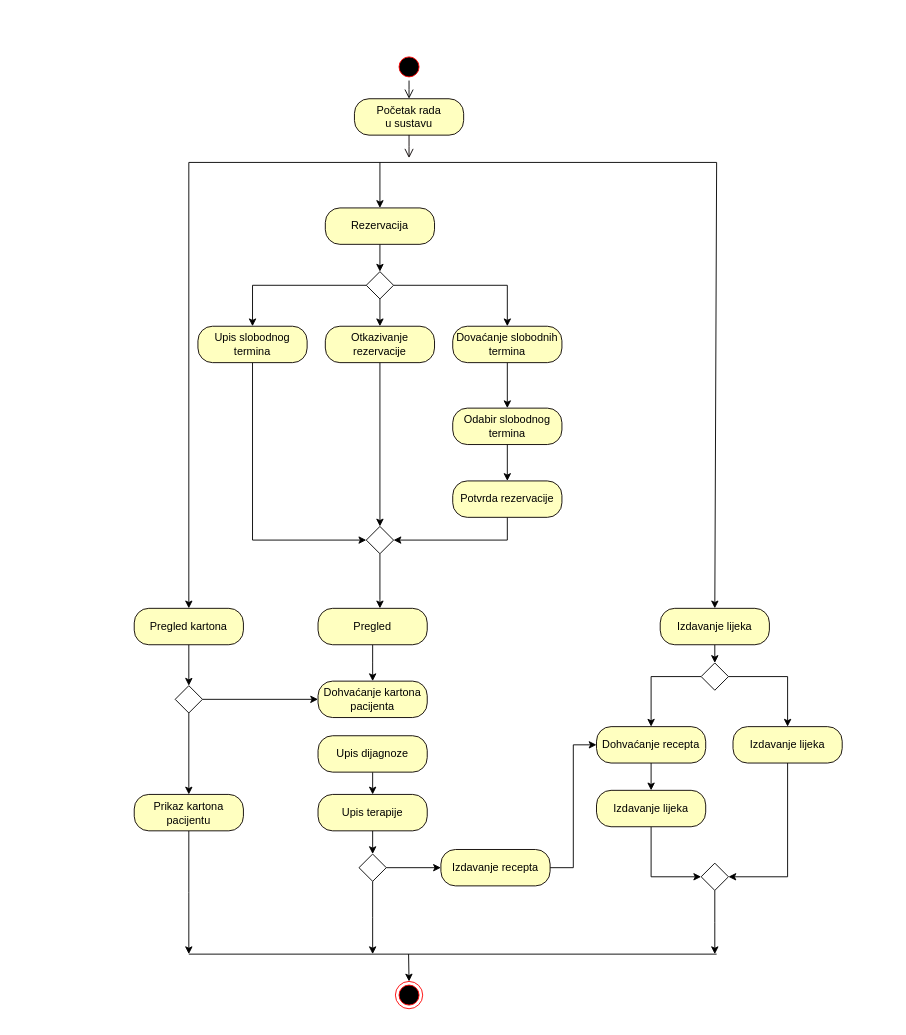
The draw.io diagram DZ03/Izvorne datoteke/ActivityDiagram.drawio in simunjelic/PIS-projekt, before the edit. Source tidied: cells renumbered, new cells numbered last; positions are measured from the earlier drawing's top-left corner, leaving out a move shared by most shapes. Both pictures are drawn from the tidied source at 91%, with x=0, y=0 at pixel (134, 53).
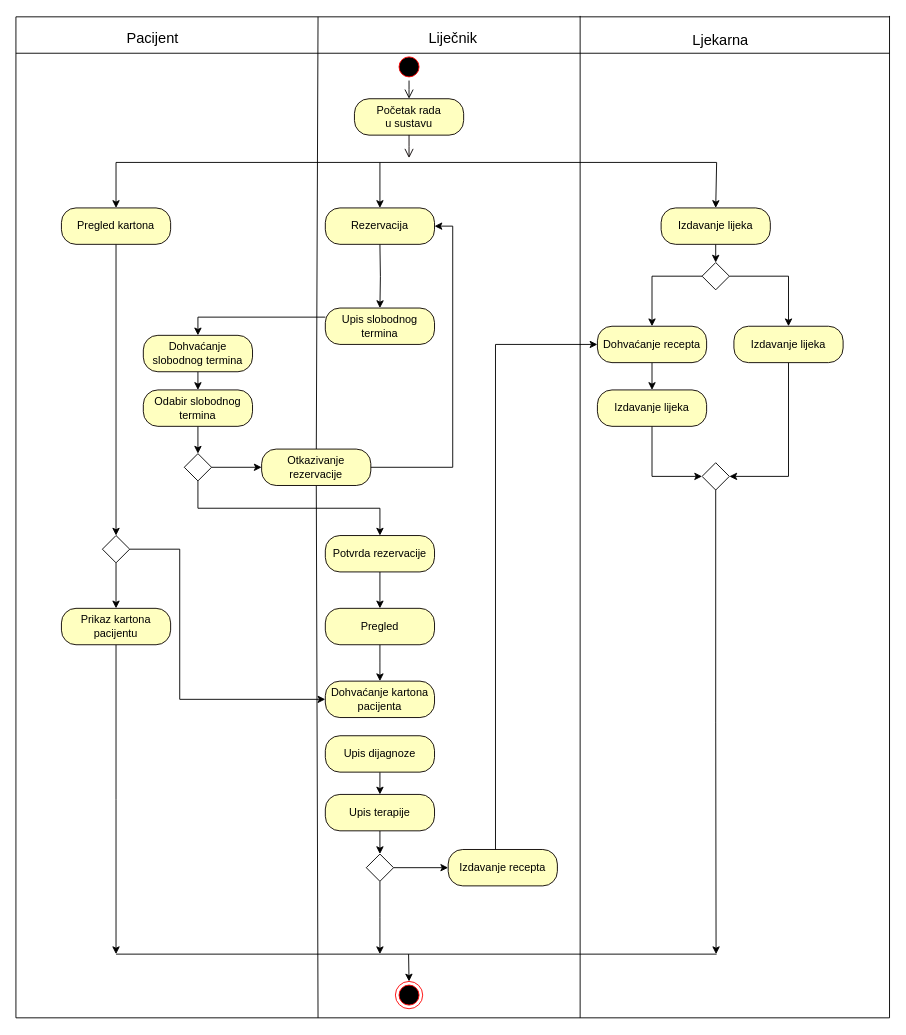
Above is the later version.

Unchanged cells that the change refers to:
```xml
<mxCell id="13" value="Rezervacija" style="rounded=1;whiteSpace=wrap;html=1;arcSize=40;fontColor=#000000;fillColor=#ffffc0;strokeColor=#080000;" parent="1" vertex="1">
  <mxGeometry x="210" y="170" width="120" height="40" as="geometry" />
</mxCell>
```

Diff of the diagram source:
```diff
@@
     <mxCell id="2" style="endArrow=none;html=1;rounded=0;" parent="1" edge="1">
       <mxGeometry relative="1" as="geometry">
-        <mxPoint x="60" y="120" as="sourcePoint" />
+        <mxPoint x="-20" y="120" as="sourcePoint" />
         <mxPoint x="640" y="120" as="targetPoint" />
       </mxGeometry>
     </mxCell>
-    <mxCell id="3" style="edgeStyle=orthogonalEdgeStyle;rounded=0;jettySize=auto;html=1;entryX=0.5;entryY=0;entryDx=0;entryDy=0;" parent="1" edge="1" target="8">
+    <mxCell id="3" style="edgeStyle=orthogonalEdgeStyle;rounded=0;jettySize=auto;html=1;entryX=0.5;entryY=0;entryDx=0;entryDy=0;" parent="1" edge="1" target="17">
       <mxGeometry relative="1" as="geometry">
         <mxPoint x="270" y="210" as="sourcePoint" />
       </mxGeometry>
     </mxCell>
@@
-    <mxCell id="5" style="edgeStyle=orthogonalEdgeStyle;rounded=0;jettySize=auto;html=1;exitX=0;exitY=0.5;exitDx=0;exitDy=0;entryX=0.5;entryY=0;entryDx=0;entryDy=0;" parent="1" edge="1" source="8" target="15">
-      <mxGeometry relative="1" as="geometry" />
+    <mxCell id="5" style="edgeStyle=orthogonalEdgeStyle;rounded=0;jettySize=auto;html=1;exitX=0;exitY=0.25;exitDx=0;exitDy=0;entryX=0.5;entryY=0;entryDx=0;entryDy=0;" parent="1" edge="1" source="17" target="15">
+      <mxGeometry relative="1" as="geometry">
+        <Array as="points">
+          <mxPoint x="70" y="290" />
+        </Array>
+      </mxGeometry>
     </mxCell>
-    <mxCell id="6" style="edgeStyle=orthogonalEdgeStyle;rounded=0;jettySize=auto;html=1;exitX=1;exitY=0.5;exitDx=0;exitDy=0;entryX=0.5;entryY=0;entryDx=0;entryDy=0;" parent="1" edge="1" source="8" target="17">
-      <mxGeometry relative="1" as="geometry" />
-    </mxCell>
-    <mxCell id="7" style="edgeStyle=orthogonalEdgeStyle;rounded=0;jettySize=auto;html=1;exitX=0.5;exitY=1;exitDx=0;exitDy=0;entryX=0.5;entryY=0;entryDx=0;entryDy=0;" parent="1" edge="1" source="8" target="25">
-      <mxGeometry relative="1" as="geometry" />
-    </mxCell>
-    <mxCell id="8" style="rhombus;" parent="1" vertex="1">
-      <mxGeometry x="255" y="240" width="30" height="30" as="geometry" />
-    </mxCell>
@@
-    <mxCell id="14" style="edgeStyle=orthogonalEdgeStyle;rounded=0;jettySize=auto;html=1;exitX=0.5;exitY=1;exitDx=0;exitDy=0;entryX=0;entryY=0.5;entryDx=0;entryDy=0;" parent="1" edge="1" source="15" target="23">
-      <mxGeometry relative="1" as="geometry" />
-    </mxCell>
+    <mxCell id="63" style="edgeStyle=orthogonalEdgeStyle;rounded=0;jettySize=auto;html=1;exitX=0.5;exitY=1;exitDx=0;exitDy=0;entryX=0.5;entryY=0;entryDx=0;entryDy=0;" parent="1" edge="1" source="15" target="19">
+      <mxGeometry relative="1" as="geometry" />
+    </mxCell>
-    <mxCell id="15" value="Upis slobodnog termina" style="rounded=1;whiteSpace=wrap;html=1;arcSize=40;fontColor=#000000;fillColor=#ffffc0;strokeColor=#080000;" parent="1" vertex="1">
-      <mxGeometry x="70" y="300" width="120" height="40" as="geometry" />
+    <mxCell id="15" value="Dohvaćanje slobodnog termina" style="rounded=1;whiteSpace=wrap;html=1;arcSize=40;fontColor=#000000;fillColor=#ffffc0;strokeColor=#080000;" parent="1" vertex="1">
+      <mxGeometry x="10" y="310" width="120" height="40" as="geometry" />
     </mxCell>
-    <mxCell id="16" style="edgeStyle=orthogonalEdgeStyle;rounded=0;jettySize=auto;html=1;exitX=0.5;exitY=1;exitDx=0;exitDy=0;" parent="1" edge="1" source="17" target="19">
-      <mxGeometry relative="1" as="geometry" />
-    </mxCell>
-    <mxCell id="17" value="Dovaćanje slobodnih termina" style="rounded=1;whiteSpace=wrap;html=1;arcSize=40;fontColor=#000000;fillColor=#ffffc0;strokeColor=#080000;" parent="1" vertex="1">
-      <mxGeometry x="350" y="300" width="120" height="40" as="geometry" />
+    <mxCell id="17" value="Upis slobodnog termina" style="rounded=1;whiteSpace=wrap;html=1;arcSize=40;fontColor=#000000;fillColor=#ffffc0;strokeColor=#080000;" parent="1" vertex="1">
+      <mxGeometry x="210" y="280" width="120" height="40" as="geometry" />
     </mxCell>
-    <mxCell id="18" style="edgeStyle=orthogonalEdgeStyle;rounded=0;jettySize=auto;html=1;exitX=0.5;exitY=1;exitDx=0;exitDy=0;entryX=0.5;entryY=0;entryDx=0;entryDy=0;" parent="1" edge="1" source="19" target="21">
-      <mxGeometry relative="1" as="geometry" />
-    </mxCell>
+    <mxCell id="64" style="edgeStyle=orthogonalEdgeStyle;rounded=0;jettySize=auto;html=1;exitX=0.5;exitY=1;exitDx=0;exitDy=0;entryX=0.5;entryY=0;entryDx=0;entryDy=0;" parent="1" edge="1" source="19" target="23">
+      <mxGeometry relative="1" as="geometry" />
+    </mxCell>
     <mxCell id="19" value="Odabir slobodnog termina" style="rounded=1;whiteSpace=wrap;html=1;arcSize=40;fontColor=#000000;fillColor=#ffffc0;strokeColor=#080000;" parent="1" vertex="1">
-      <mxGeometry x="350" y="390" width="120" height="40" as="geometry" />
+      <mxGeometry x="10" y="370" width="120" height="40" as="geometry" />
     </mxCell>
-    <mxCell id="20" style="edgeStyle=orthogonalEdgeStyle;rounded=0;jettySize=auto;html=1;exitX=0.5;exitY=1;exitDx=0;exitDy=0;entryX=1;entryY=0.5;entryDx=0;entryDy=0;" parent="1" edge="1" source="21" target="23">
-      <mxGeometry relative="1" as="geometry" />
-    </mxCell>
+    <mxCell id="65" style="edgeStyle=orthogonalEdgeStyle;rounded=0;jettySize=auto;html=1;exitX=0.5;exitY=1;exitDx=0;exitDy=0;" parent="1" edge="1" source="21" target="27">
+      <mxGeometry relative="1" as="geometry" />
+    </mxCell>
     <mxCell id="21" value="Potvrda rezervacije" style="rounded=1;whiteSpace=wrap;html=1;arcSize=40;fontColor=#000000;fillColor=#ffffc0;strokeColor=#080000;" parent="1" vertex="1">
-      <mxGeometry x="350" y="470" width="120" height="40" as="geometry" />
+      <mxGeometry x="210" y="530" width="120" height="40" as="geometry" />
     </mxCell>
-    <mxCell id="22" style="edgeStyle=orthogonalEdgeStyle;rounded=0;jettySize=auto;html=1;" parent="1" edge="1" source="23" target="27">
-      <mxGeometry relative="1" as="geometry">
-        <Array as="points">
-          <mxPoint x="270" y="600" />
-          <mxPoint x="270" y="600" />
-        </Array>
-      </mxGeometry>
-    </mxCell>
+    <mxCell id="66" style="edgeStyle=orthogonalEdgeStyle;rounded=0;jettySize=auto;html=1;exitX=0.5;exitY=1;exitDx=0;exitDy=0;" parent="1" edge="1" source="23" target="21">
+      <mxGeometry relative="1" as="geometry" />
+    </mxCell>
     <mxCell id="23" style="rhombus;" parent="1" vertex="1">
-      <mxGeometry x="255" y="520" width="30" height="30" as="geometry" />
+      <mxGeometry x="55" y="440" width="30" height="30" as="geometry" />
     </mxCell>
-    <mxCell id="24" style="edgeStyle=orthogonalEdgeStyle;rounded=0;jettySize=auto;html=1;exitX=0.5;exitY=1;exitDx=0;exitDy=0;entryX=0.5;entryY=0;entryDx=0;entryDy=0;" parent="1" edge="1" source="25" target="23">
-      <mxGeometry relative="1" as="geometry" />
-    </mxCell>
-    <mxCell id="25" value="Otkazivanje rezervacije" style="rounded=1;whiteSpace=wrap;html=1;arcSize=40;fontColor=#000000;fillColor=#ffffc0;strokeColor=#080000;" parent="1" vertex="1">
-      <mxGeometry x="210" y="300" width="120" height="40" as="geometry" />
-    </mxCell>
     <mxCell id="26" style="edgeStyle=orthogonalEdgeStyle;rounded=0;jettySize=auto;html=1;exitX=0.5;exitY=1;exitDx=0;exitDy=0;entryX=0.5;entryY=0;entryDx=0;entryDy=0;" parent="1" edge="1" source="27">
       <mxGeometry relative="1" as="geometry">
-        <mxPoint x="262" y="690" as="targetPoint" />
+        <mxPoint x="270" y="690" as="targetPoint" />
       </mxGeometry>
     </mxCell>
     <mxCell id="27" value="Pregled" style="rounded=1;whiteSpace=wrap;html=1;arcSize=40;fontColor=#000000;fillColor=#ffffc0;strokeColor=#080000;" parent="1" vertex="1">
-      <mxGeometry x="202" y="610" width="120" height="40" as="geometry" />
+      <mxGeometry x="210" y="610" width="120" height="40" as="geometry" />
     </mxCell>
@@
     <mxCell id="29" value="Upis dijagnoze" style="rounded=1;whiteSpace=wrap;html=1;arcSize=40;fontColor=#000000;fillColor=#ffffc0;strokeColor=#080000;" parent="1" vertex="1">
-      <mxGeometry x="202" y="750" width="120" height="40" as="geometry" />
+      <mxGeometry x="210" y="750" width="120" height="40" as="geometry" />
     </mxCell>
@@
     <mxCell id="31" value="Upis terapije" style="rounded=1;whiteSpace=wrap;html=1;arcSize=40;fontColor=#000000;fillColor=#ffffc0;strokeColor=#080000;" parent="1" vertex="1">
-      <mxGeometry x="202" y="814.5" width="120" height="40" as="geometry" />
+      <mxGeometry x="210" y="814.5" width="120" height="40" as="geometry" />
     </mxCell>
@@
-    <mxCell id="33" style="edgeStyle=orthogonalEdgeStyle;rounded=0;jettySize=auto;html=1;exitX=0.5;exitY=1;exitDx=0;exitDy=0;" parent="1" edge="1" source="34">
-      <mxGeometry relative="1" as="geometry">
-        <mxPoint x="262" y="990" as="targetPoint" />
-      </mxGeometry>
-    </mxCell>
+    <mxCell id="67" style="edgeStyle=orthogonalEdgeStyle;rounded=0;jettySize=auto;html=1;exitX=0.5;exitY=1;exitDx=0;exitDy=0;" parent="1" edge="1" source="34">
+      <mxGeometry relative="1" as="geometry">
+        <mxPoint x="270" y="990" as="targetPoint" />
+      </mxGeometry>
+    </mxCell>
     <mxCell id="34" style="rhombus;" parent="1" vertex="1">
-      <mxGeometry x="247" y="880" width="30" height="30" as="geometry" />
+      <mxGeometry x="255" y="880" width="30" height="30" as="geometry" />
     </mxCell>
     <mxCell id="35" style="edgeStyle=orthogonalEdgeStyle;rounded=0;jettySize=auto;html=1;exitX=1;exitY=0.5;exitDx=0;exitDy=0;entryX=0;entryY=0.5;entryDx=0;entryDy=0;" parent="1" edge="1" source="36" target="43">
-      <mxGeometry relative="1" as="geometry" />
+      <mxGeometry relative="1" as="geometry">
+        <Array as="points">
+          <mxPoint x="397" y="895" />
+          <mxPoint x="397" y="320" />
+        </Array>
+      </mxGeometry>
     </mxCell>
     <mxCell id="36" value="Izdavanje recepta" style="rounded=1;whiteSpace=wrap;html=1;arcSize=40;fontColor=#000000;fillColor=#ffffc0;strokeColor=#080000;" parent="1" vertex="1">
-      <mxGeometry x="337" y="875" width="120" height="40" as="geometry" />
+      <mxGeometry x="345" y="875" width="120" height="40" as="geometry" />
     </mxCell>
     <mxCell id="37" style="edgeStyle=orthogonalEdgeStyle;rounded=0;jettySize=auto;html=1;exitX=0.5;exitY=1;exitDx=0;exitDy=0;entryX=0.5;entryY=0;entryDx=0;entryDy=0;" parent="1" edge="1" target="41">
       <mxGeometry relative="1" as="geometry">
-        <mxPoint x="638" y="650" as="sourcePoint" />
+        <mxPoint x="639" y="210" as="sourcePoint" />
       </mxGeometry>
     </mxCell>
     <mxCell id="38" value="Izdavanje lijeka" style="rounded=1;whiteSpace=wrap;html=1;arcSize=40;fontColor=#000000;fillColor=#ffffc0;strokeColor=#080000;" parent="1" vertex="1">
-      <mxGeometry x="578" y="610" width="120" height="40" as="geometry" />
+      <mxGeometry x="579" y="170" width="120" height="40" as="geometry" />
     </mxCell>
@@
     <mxCell id="41" style="rhombus;" parent="1" vertex="1">
-      <mxGeometry x="623" y="670" width="30" height="30" as="geometry" />
+      <mxGeometry x="624" y="230" width="30" height="30" as="geometry" />
     </mxCell>
@@
     <mxCell id="43" value="Dohvaćanje recepta" style="rounded=1;whiteSpace=wrap;html=1;arcSize=40;fontColor=#000000;fillColor=#ffffc0;strokeColor=#080000;" parent="1" vertex="1">
-      <mxGeometry x="508" y="740" width="120" height="40" as="geometry" />
+      <mxGeometry x="509" y="300" width="120" height="40" as="geometry" />
     </mxCell>
@@
     <mxCell id="45" value="Izdavanje lijeka" style="rounded=1;whiteSpace=wrap;html=1;arcSize=40;fontColor=#000000;fillColor=#ffffc0;strokeColor=#080000;" parent="1" vertex="1">
-      <mxGeometry x="658" y="740" width="120" height="40" as="geometry" />
+      <mxGeometry x="659" y="300" width="120" height="40" as="geometry" />
     </mxCell>
@@
     <mxCell id="47" value="Izdavanje lijeka" style="rounded=1;whiteSpace=wrap;html=1;arcSize=40;fontColor=#000000;fillColor=#ffffc0;strokeColor=#080000;" parent="1" vertex="1">
-      <mxGeometry x="508" y="810" width="120" height="40" as="geometry" />
+      <mxGeometry x="509" y="370" width="120" height="40" as="geometry" />
     </mxCell>
-    <mxCell id="48" style="edgeStyle=orthogonalEdgeStyle;rounded=0;jettySize=auto;html=1;exitX=0.5;exitY=1;exitDx=0;exitDy=0;" parent="1" edge="1" source="49">
-      <mxGeometry relative="1" as="geometry">
-        <mxPoint x="638" y="990" as="targetPoint" />
-      </mxGeometry>
-    </mxCell>
+    <mxCell id="68" style="edgeStyle=orthogonalEdgeStyle;rounded=0;jettySize=auto;html=1;exitX=0.5;exitY=1;exitDx=0;exitDy=0;" parent="1" edge="1" source="49">
+      <mxGeometry relative="1" as="geometry">
+        <mxPoint x="639.4" y="990" as="targetPoint" />
+      </mxGeometry>
+    </mxCell>
     <mxCell id="49" style="rhombus;" parent="1" vertex="1">
-      <mxGeometry x="623" y="890" width="30" height="30" as="geometry" />
+      <mxGeometry x="624" y="450" width="30" height="30" as="geometry" />
     </mxCell>
@@
     <mxCell id="51" value="Pregled kartona" style="rounded=1;whiteSpace=wrap;html=1;arcSize=40;fontColor=#000000;fillColor=#ffffc0;strokeColor=#080000;" parent="1" vertex="1">
-      <mxGeometry y="610" width="120" height="40" as="geometry" />
+      <mxGeometry x="-80" y="170" width="120" height="40" as="geometry" />
     </mxCell>
@@
     <mxCell id="53" style="edgeStyle=orthogonalEdgeStyle;rounded=0;jettySize=auto;html=1;exitX=1;exitY=0.5;exitDx=0;exitDy=0;entryX=0;entryY=0.5;entryDx=0;entryDy=0;" parent="1" edge="1" source="54" target="55">
-      <mxGeometry relative="1" as="geometry" />
+      <mxGeometry relative="1" as="geometry">
+        <Array as="points">
+          <mxPoint x="50" y="545" />
+          <mxPoint x="50" y="710" />
+        </Array>
+      </mxGeometry>
     </mxCell>
     <mxCell id="54" style="rhombus;" parent="1" vertex="1">
-      <mxGeometry x="45" y="695" width="30" height="30" as="geometry" />
+      <mxGeometry x="-35" y="530" width="30" height="30" as="geometry" />
     </mxCell>
     <mxCell id="55" value="Dohvaćanje kartona pacijenta" style="rounded=1;whiteSpace=wrap;html=1;arcSize=40;fontColor=#000000;fillColor=#ffffc0;strokeColor=#080000;" parent="1" vertex="1">
-      <mxGeometry x="202" y="690" width="120" height="40" as="geometry" />
+      <mxGeometry x="210" y="690" width="120" height="40" as="geometry" />
     </mxCell>
     <mxCell id="56" style="edgeStyle=orthogonalEdgeStyle;rounded=0;jettySize=auto;html=1;exitX=0.5;exitY=1;exitDx=0;exitDy=0;" parent="1" edge="1" source="57">
       <mxGeometry relative="1" as="geometry">
-        <mxPoint x="60" y="990" as="targetPoint" />
+        <mxPoint x="-20" y="990" as="targetPoint" />
       </mxGeometry>
     </mxCell>
     <mxCell id="57" value="Prikaz kartona pacijentu" style="rounded=1;whiteSpace=wrap;html=1;arcSize=40;fontColor=#000000;fillColor=#ffffc0;strokeColor=#080000;" parent="1" vertex="1">
-      <mxGeometry y="814.5" width="120" height="40" as="geometry" />
+      <mxGeometry x="-80" y="610" width="120" height="40" as="geometry" />
     </mxCell>
     <mxCell id="58" style="endArrow=classic;html=1;rounded=0;entryX=0.5;entryY=0;entryDx=0;entryDy=0;" parent="1" edge="1" target="51">
       <mxGeometry relative="1" as="geometry">
-        <mxPoint x="60" y="120" as="sourcePoint" />
+        <mxPoint x="-20" y="120" as="sourcePoint" />
       </mxGeometry>
     </mxCell>
@@
     <mxCell id="62" style="endArrow=none;html=1;rounded=0;" parent="1" edge="1">
       <mxGeometry relative="1" as="geometry">
-        <mxPoint x="60" y="990" as="sourcePoint" />
+        <mxPoint x="-20" y="990" as="sourcePoint" />
         <mxPoint x="640" y="990" as="targetPoint" />
       </mxGeometry>
     </mxCell>
+    <mxCell id="69" style="endArrow=none;html=1;rounded=0;" parent="1" edge="1">
+      <mxGeometry relative="1" as="geometry">
+        <mxPoint x="-130" y="-40" as="sourcePoint" />
+        <mxPoint x="830" y="-40" as="targetPoint" />
+      </mxGeometry>
+    </mxCell>
+    <mxCell id="70" style="endArrow=none;html=1;rounded=0;" parent="1" edge="1">
+      <mxGeometry relative="1" as="geometry">
+        <mxPoint x="-130" y="1060" as="sourcePoint" />
+        <mxPoint x="-130" y="-40" as="targetPoint" />
+      </mxGeometry>
+    </mxCell>
+    <mxCell id="71" style="endArrow=none;html=1;rounded=0;" parent="1" edge="1">
+      <mxGeometry relative="1" as="geometry">
+        <mxPoint x="830" y="1060" as="sourcePoint" />
+        <mxPoint x="830" y="-41" as="targetPoint" />
+      </mxGeometry>
+    </mxCell>
+    <mxCell id="72" style="endArrow=none;html=1;rounded=0;" parent="1" edge="1">
+      <mxGeometry relative="1" as="geometry">
+        <mxPoint x="-130" y="1060" as="sourcePoint" />
+        <mxPoint x="830" y="1060" as="targetPoint" />
+      </mxGeometry>
+    </mxCell>
+    <mxCell id="73" style="endArrow=none;html=1;rounded=0;" parent="1" edge="1">
+      <mxGeometry relative="1" as="geometry">
+        <mxPoint x="490" y="1060" as="sourcePoint" />
+        <mxPoint x="490" y="-41" as="targetPoint" />
+      </mxGeometry>
+    </mxCell>
+    <mxCell id="74" style="endArrow=none;html=1;rounded=0;" parent="1" edge="1" source="25">
+      <mxGeometry relative="1" as="geometry">
+        <mxPoint x="202" y="-40" as="targetPoint" />
+      </mxGeometry>
+    </mxCell>
+    <mxCell id="75" style="endArrow=none;html=1;rounded=0;" parent="1" edge="1">
+      <mxGeometry relative="1" as="geometry">
+        <mxPoint x="-130" as="sourcePoint" />
+        <mxPoint x="830" as="targetPoint" />
+      </mxGeometry>
+    </mxCell>
+    <mxCell id="76" value="&lt;span style=&quot;font-size: 16px;&quot;&gt;Pacijent&lt;/span&gt;" style="text;html=1;align=center;verticalAlign=middle;strokeColor=none;fillColor=none;" parent="1" vertex="1">
+      <mxGeometry x="-20" y="-32" width="80" height="30" as="geometry" />
+    </mxCell>
+    <mxCell id="77" value="&lt;span style=&quot;font-size: 16px;&quot;&gt;Liječnik&lt;/span&gt;" style="text;html=1;align=center;verticalAlign=middle;strokeColor=none;fillColor=none;" parent="1" vertex="1">
+      <mxGeometry x="310" y="-32" width="80" height="30" as="geometry" />
+    </mxCell>
+    <mxCell id="78" value="&lt;span style=&quot;font-size: 16px;&quot;&gt;Ljekarna&lt;/span&gt;" style="text;html=1;align=center;verticalAlign=middle;strokeColor=none;fillColor=none;" parent="1" vertex="1">
+      <mxGeometry x="604" y="-30" width="80" height="30" as="geometry" />
+    </mxCell>
+    <mxCell id="79" style="endArrow=none;html=1;rounded=0;" parent="1" edge="1" target="25">
+      <mxGeometry relative="1" as="geometry">
+        <mxPoint x="202" y="1060" as="sourcePoint" />
+      </mxGeometry>
+    </mxCell>
+    <mxCell id="80" style="edgeStyle=orthogonalEdgeStyle;rounded=0;jettySize=auto;html=1;" parent="1" edge="1" source="23" target="25">
+      <mxGeometry relative="1" as="geometry" />
+    </mxCell>
+    <mxCell id="81" style="edgeStyle=orthogonalEdgeStyle;rounded=0;jettySize=auto;html=1;exitX=1;exitY=0.5;exitDx=0;exitDy=0;entryX=1;entryY=0.5;entryDx=0;entryDy=0;" parent="1" edge="1" source="25" target="13">
+      <mxGeometry relative="1" as="geometry" />
+    </mxCell>
+    <mxCell id="25" value="Otkazivanje rezervacije" style="rounded=1;whiteSpace=wrap;html=1;arcSize=40;fontColor=#000000;fillColor=#ffffc0;strokeColor=#080000;" parent="1" vertex="1">
+      <mxGeometry x="140" y="435" width="120" height="40" as="geometry" />
+    </mxCell>
```
